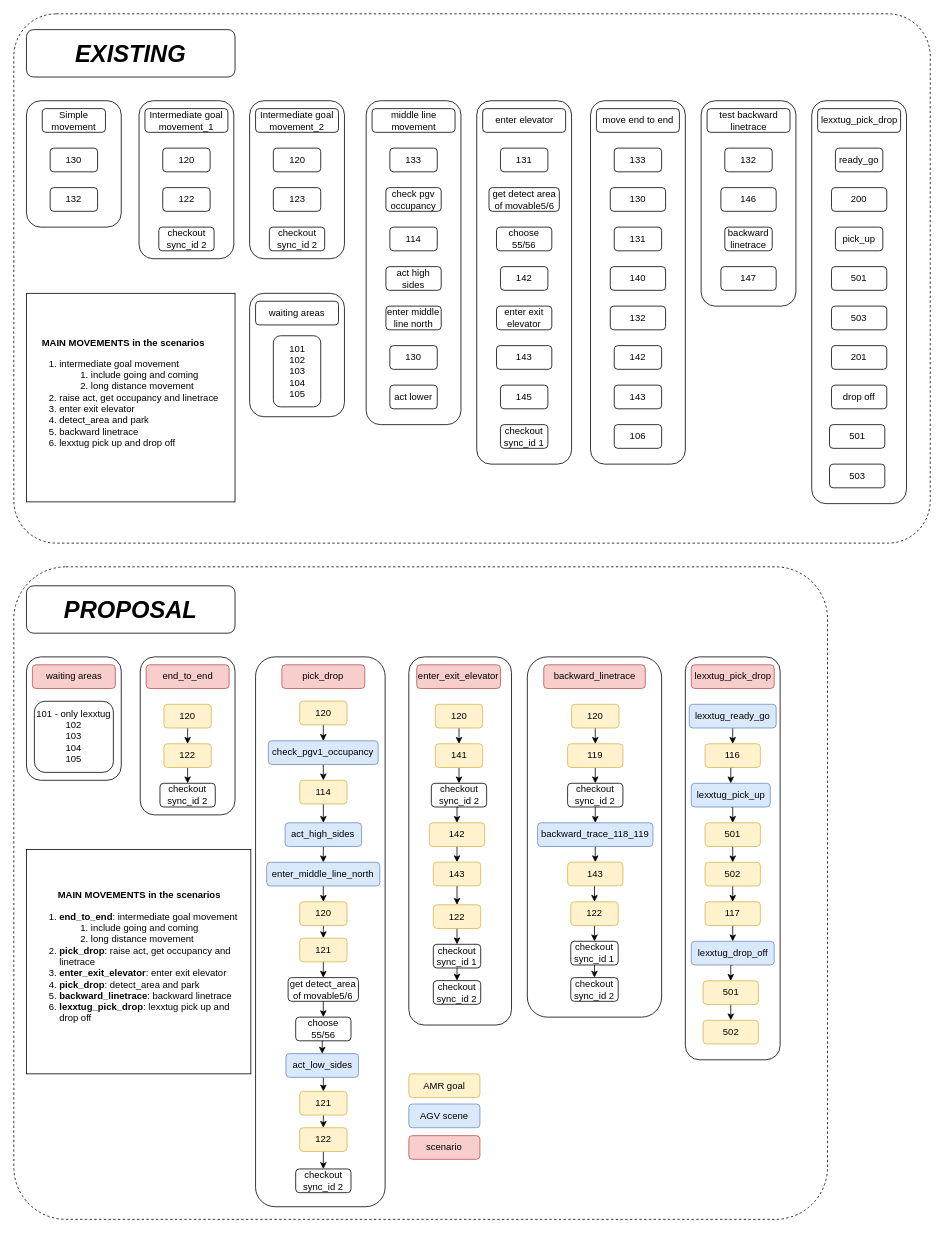
sdswoops824/myrepo keeps this draw.io diagram as 24hrtest.drawio. Above is the earlier version. Source tidied: cells renumbered, new cells numbered last; positions are measured from the earlier drawing's top-left corner, leaving out a move shared by most shapes. Both pictures are drawn from the tidied source at 79%, with x=0, y=0 at pixel (13, 13).
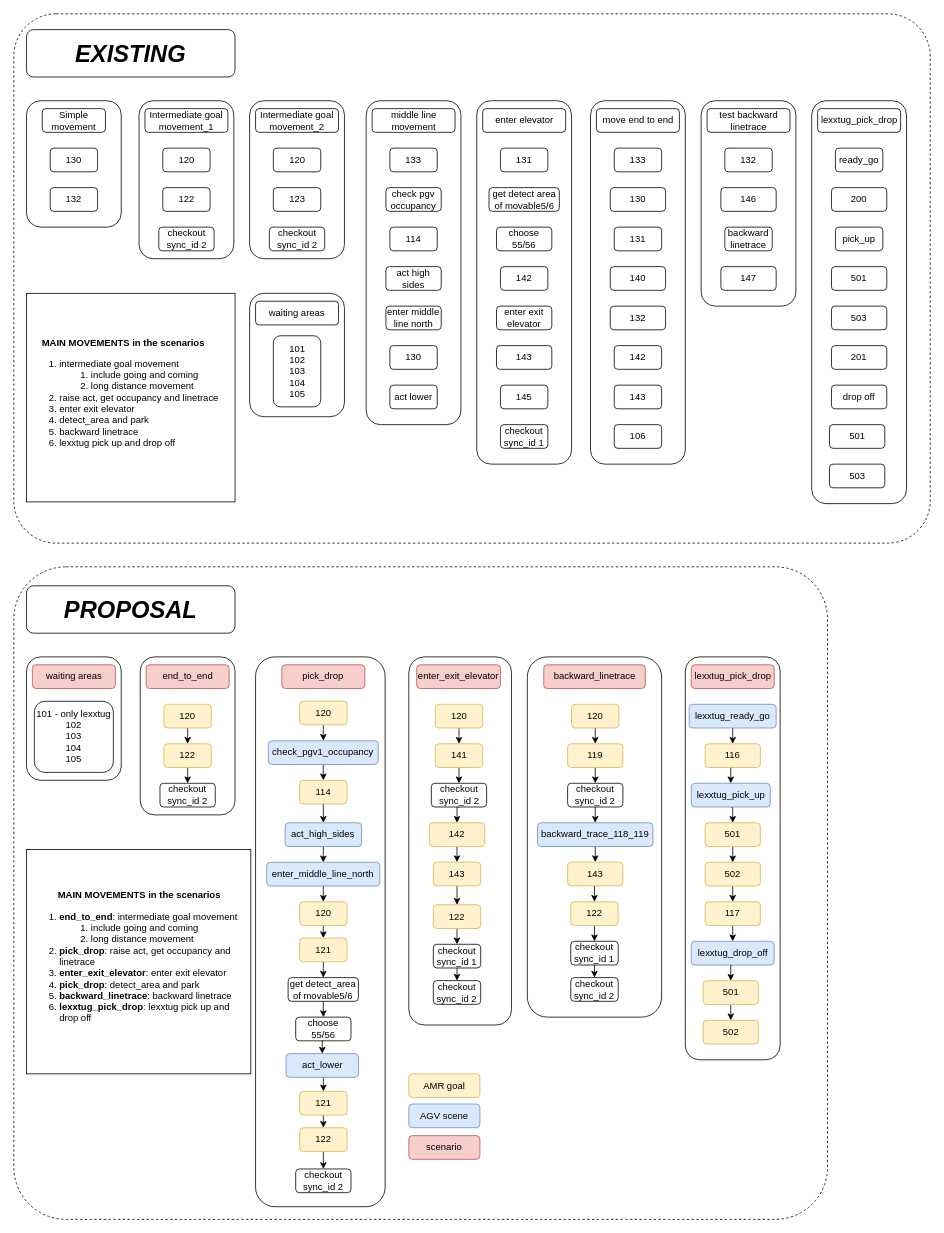
The same diagram, later.

Diff of the diagram source:
```diff
@@
-    <mxCell id="85" value="act_low_sides" style="rounded=1;whiteSpace=wrap;html=1;fillColor=#dae8fc;strokeColor=#6c8ebf;" parent="1" vertex="1">
+    <mxCell id="85" value="act_lower" style="rounded=1;whiteSpace=wrap;html=1;fillColor=#dae8fc;strokeColor=#6c8ebf;" parent="1" vertex="1">
       <mxGeometry x="344.5" y="1316.2" width="91.8" height="30" as="geometry" />
     </mxCell>
```
